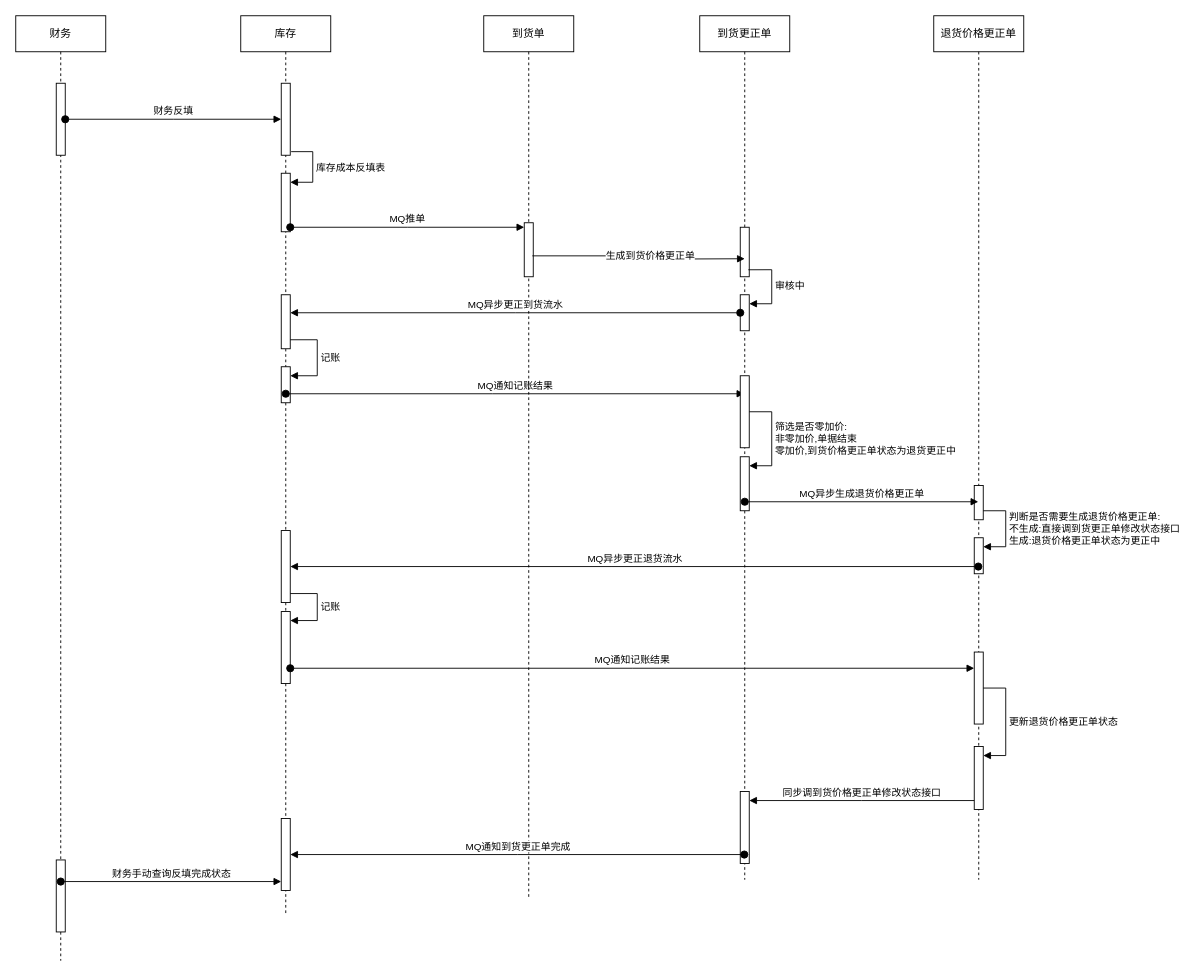
Before: 退货价格更正.drawio in fengj1202/draw, a draw.io diagram. Source tidied: cells renumbered, new cells numbered last; positions are measured from the earlier drawing's top-left corner, leaving out a move shared by most shapes. Both pictures are drawn from the tidied source at 90%, with x=0, y=0 at pixel (15, 15).
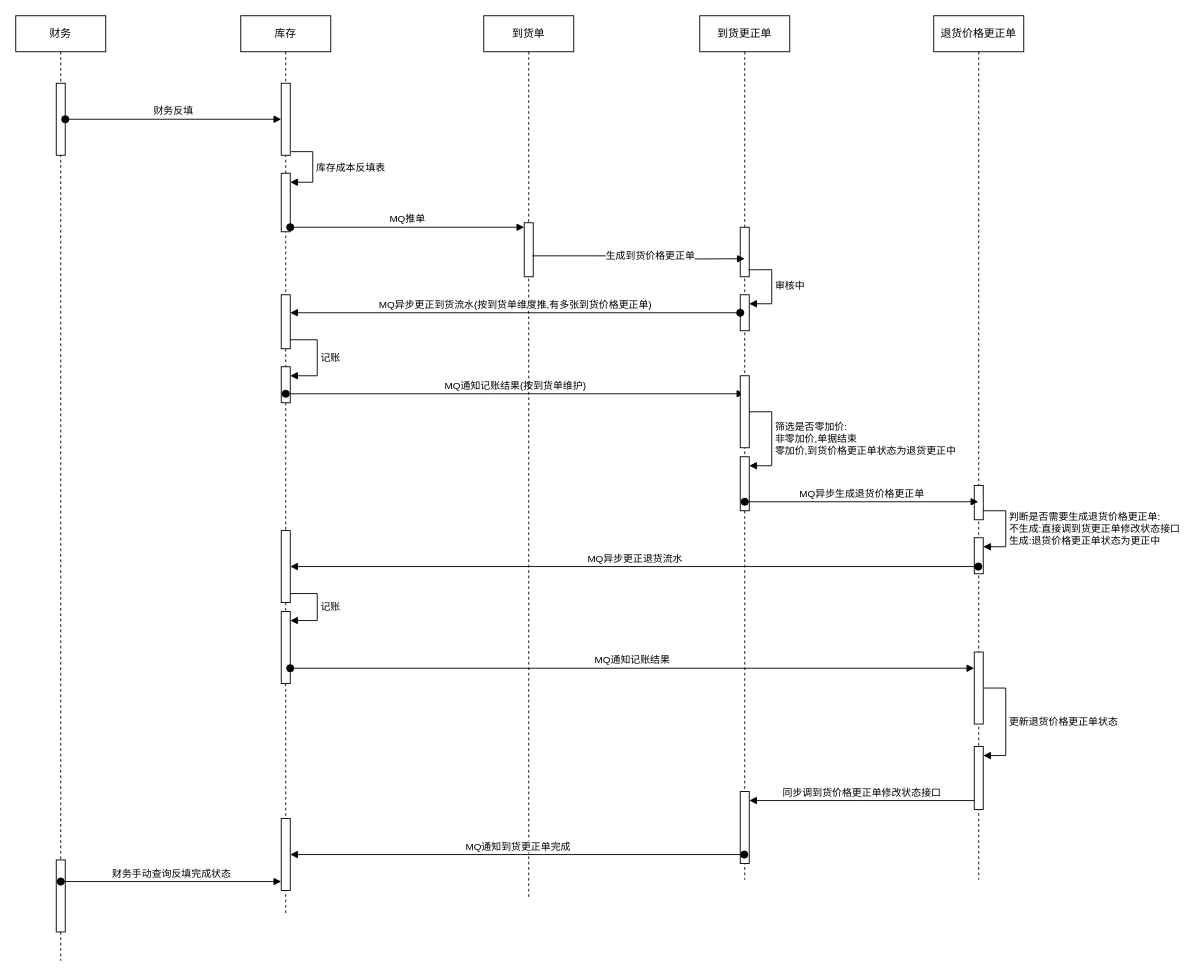
After the change.

Commit message:
更新退货价格更正.drawio

The change refers to these unchanged cells:
```xml
<mxCell id="6" value="库存" style="shape=umlLifeline;perimeter=lifelinePerimeter;whiteSpace=wrap;html=1;" parent="1" vertex="1">
  <mxGeometry x="250" width="100" height="1000" as="geometry" />
</mxCell>
<mxCell id="11" style="html=1;points=[];perimeter=orthogonalPerimeter;outlineConnect=0;targetShapes=umlLifeline;portConstraint=eastwest;newEdgeStyle={&quot;edgeStyle&quot;:&quot;elbowEdgeStyle&quot;,&quot;elbow&quot;:&quot;vertical&quot;,&quot;curved&quot;:0,&quot;rounded&quot;:0};" parent="6" vertex="1">
  <mxGeometry x="45" y="310" width="10" height="60" as="geometry" />
</mxCell>
<mxCell id="17" value="到货更正单" style="shape=umlLifeline;perimeter=lifelinePerimeter;whiteSpace=wrap;html=1;outlineConnect=0;" parent="1" vertex="1">
  <mxGeometry x="760" width="100" height="960" as="geometry" />
</mxCell>
<mxCell id="20" style="html=1;points=[];perimeter=orthogonalPerimeter;outlineConnect=0;targetShapes=umlLifeline;portConstraint=eastwest;newEdgeStyle={&quot;edgeStyle&quot;:&quot;elbowEdgeStyle&quot;,&quot;elbow&quot;:&quot;vertical&quot;,&quot;curved&quot;:0,&quot;rounded&quot;:0};" parent="17" vertex="1">
  <mxGeometry x="45" y="310" width="10" height="40" as="geometry" />
</mxCell>
```

What changed in the source:
```diff
@@
-    <mxCell id="14" value="MQ通知记账结果" style="html=1;verticalAlign=bottom;startArrow=oval;startFill=1;endArrow=block;startSize=8;edgeStyle=elbowEdgeStyle;elbow=vertical;curved=0;rounded=0;" parent="6" edge="1" target="17">
+    <mxCell id="14" value="MQ通知记账结果(按到货单维护)" style="html=1;verticalAlign=bottom;startArrow=oval;startFill=1;endArrow=block;startSize=8;edgeStyle=elbowEdgeStyle;elbow=vertical;curved=0;rounded=0;" parent="6" edge="1" target="17">
       <mxGeometry relative="1" as="geometry">
         <mxPoint x="50" y="420" as="sourcePoint" />
       </mxGeometry>
     </mxCell>
@@
-    <mxCell id="43" value="MQ异步更正到货流水" style="html=1;verticalAlign=bottom;startArrow=oval;startFill=1;endArrow=block;startSize=8;edgeStyle=elbowEdgeStyle;elbow=vertical;curved=0;rounded=0;" parent="1" edge="1" source="20" target="11">
+    <mxCell id="43" value="MQ异步更正到货流水(按到货单维度推,有多张到货价格更正单)" style="html=1;verticalAlign=bottom;startArrow=oval;startFill=1;endArrow=block;startSize=8;edgeStyle=elbowEdgeStyle;elbow=vertical;curved=0;rounded=0;" parent="1" edge="1" source="20" target="11">
       <mxGeometry relative="1" as="geometry" />
     </mxCell>
```
